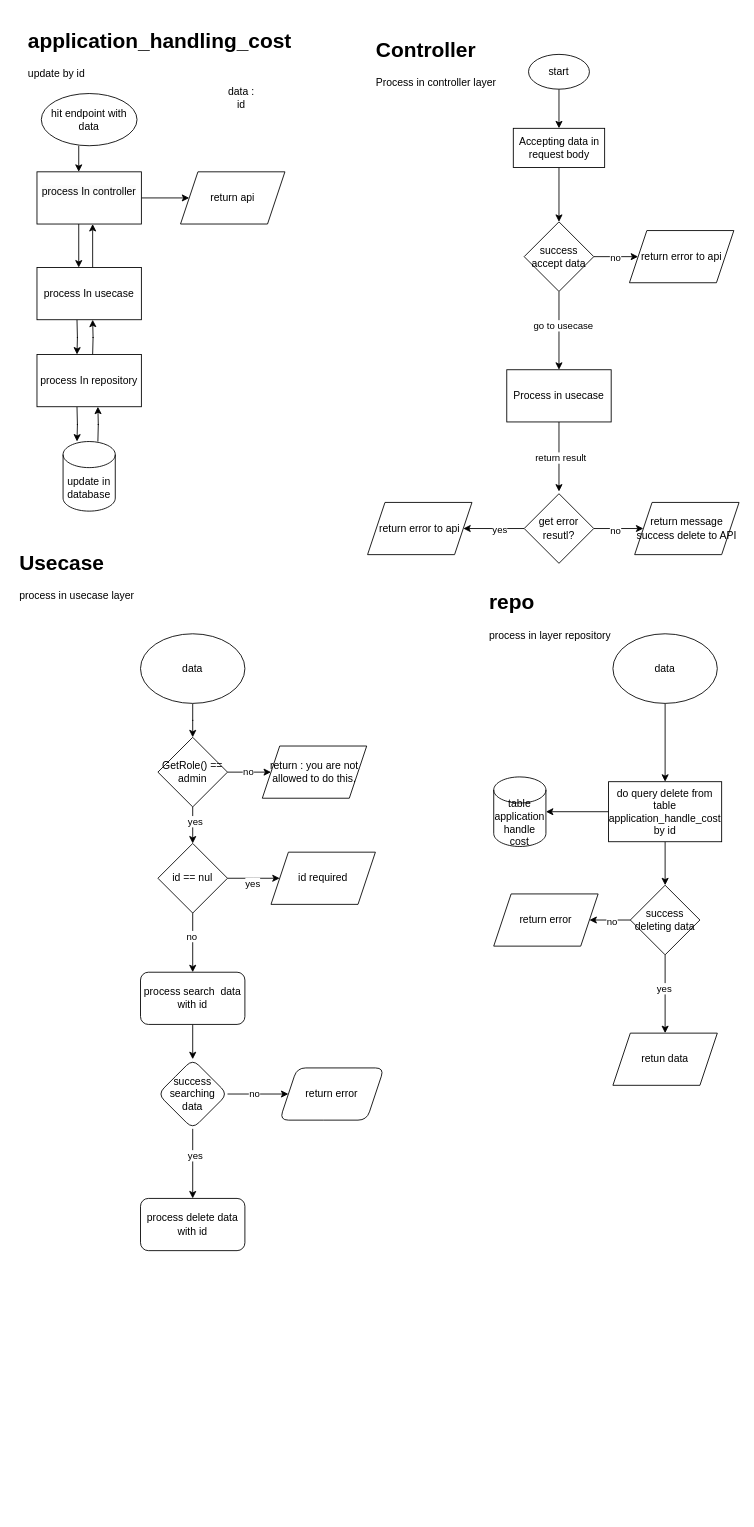
MasEBTa/drawio keeps this draw.io diagram as page "delete by id" (5 of 5) of loan interest.drawio. Above is the earlier version. Source tidied: cells renumbered, new cells numbered last; positions are measured from the earlier drawing's top-left corner, leaving out a move shared by most shapes. Both pictures are drawn from the tidied source at 87%, with x=0, y=0 at pixel (15, 23).
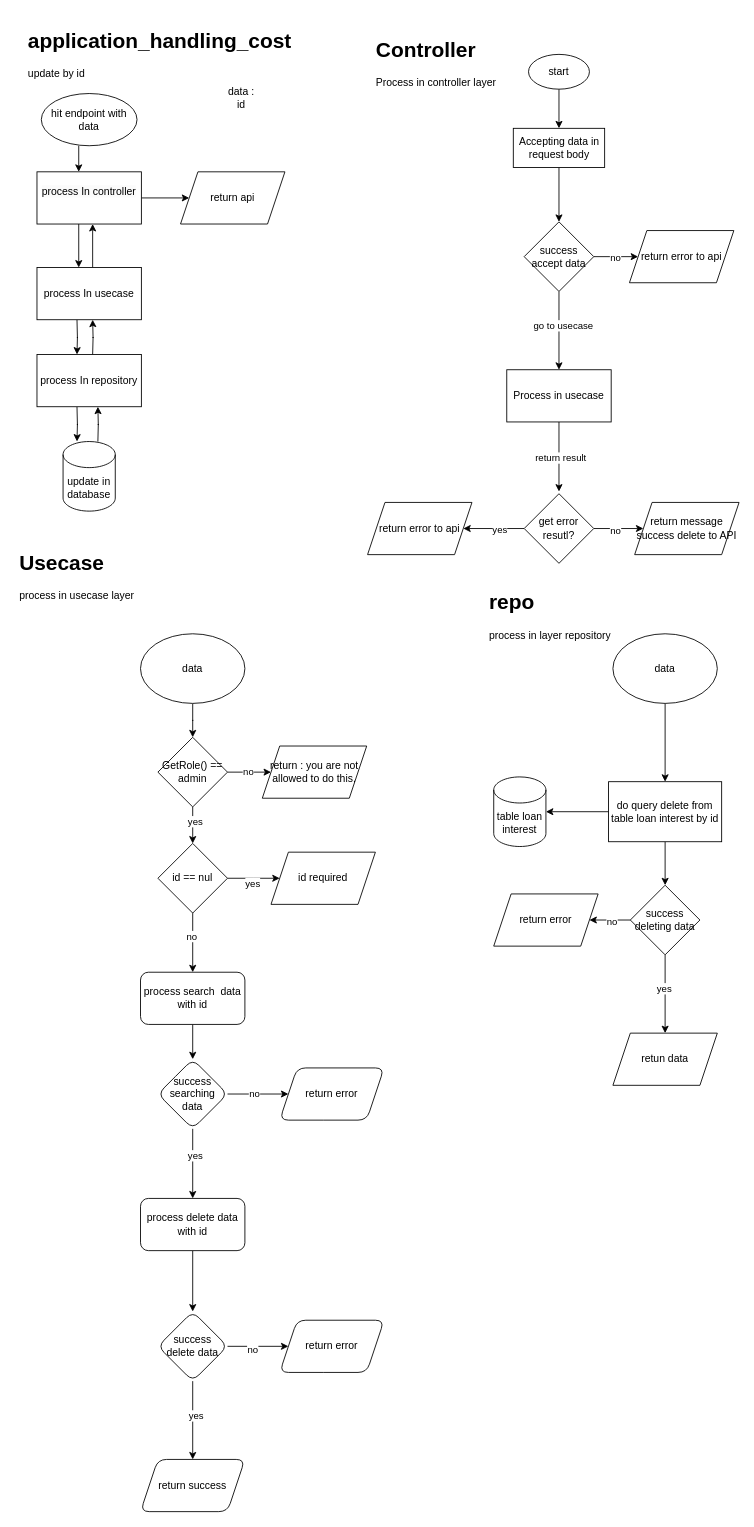
Above is the later version.

The change refers to these unchanged cells:
```xml
<mxCell id="76" value="process delete data with id" style="rounded=1;whiteSpace=wrap;html=1;" parent="1" vertex="1">
  <mxGeometry x="144" y="1350" width="120" height="60" as="geometry" />
</mxCell>
```

What changed in the source:
```diff
@@
-    <mxCell id="67" value="do query delete from table application_handle_cost by id" style="whiteSpace=wrap;html=1;" parent="1" vertex="1">
+    <mxCell id="67" value="do query delete from table loan interest by id" style="whiteSpace=wrap;html=1;" parent="1" vertex="1">
       <mxGeometry x="682" y="871" width="130" height="69" as="geometry" />
     </mxCell>
-    <mxCell id="68" value="table application handle cost" style="shape=cylinder3;whiteSpace=wrap;html=1;boundedLbl=1;backgroundOutline=1;size=15;" parent="1" vertex="1">
+    <mxCell id="68" value="table loan interest" style="shape=cylinder3;whiteSpace=wrap;html=1;boundedLbl=1;backgroundOutline=1;size=15;" parent="1" vertex="1">
       <mxGeometry x="550" y="865.5" width="60" height="80" as="geometry" />
     </mxCell>
@@
+    <mxCell id="77" style="edgeStyle=orthogonalEdgeStyle;rounded=0;jettySize=auto;html=1;" parent="1" edge="1" source="76" target="82">
+      <mxGeometry relative="1" as="geometry" />
+    </mxCell>
@@
+    <mxCell id="78" style="edgeStyle=orthogonalEdgeStyle;rounded=0;jettySize=auto;html=1;" parent="1" edge="1" source="82" target="83">
+      <mxGeometry relative="1" as="geometry" />
+    </mxCell>
+    <mxCell id="79" value="no" style="edgeLabel;html=1;align=center;verticalAlign=middle;" parent="78" vertex="1">
+      <mxGeometry x="-0.2" y="-3" relative="1" as="geometry" />
+    </mxCell>
+    <mxCell id="80" style="edgeStyle=orthogonalEdgeStyle;rounded=0;jettySize=auto;html=1;" parent="1" edge="1" source="82" target="84">
+      <mxGeometry relative="1" as="geometry" />
+    </mxCell>
+    <mxCell id="81" value="yes" style="edgeLabel;html=1;align=center;verticalAlign=middle;" parent="80" vertex="1">
+      <mxGeometry x="-0.13" y="3" relative="1" as="geometry" />
+    </mxCell>
+    <mxCell id="82" value="success delete data" style="rhombus;whiteSpace=wrap;html=1;rounded=1;" parent="1" vertex="1">
+      <mxGeometry x="164" y="1480" width="80" height="80" as="geometry" />
+    </mxCell>
+    <mxCell id="83" value="return error" style="shape=parallelogram;perimeter=parallelogramPerimeter;whiteSpace=wrap;html=1;fixedSize=1;rounded=1;" parent="1" vertex="1">
+      <mxGeometry x="304" y="1490" width="120" height="60" as="geometry" />
+    </mxCell>
+    <mxCell id="84" value="return success" style="shape=parallelogram;perimeter=parallelogramPerimeter;whiteSpace=wrap;html=1;fixedSize=1;rounded=1;" parent="1" vertex="1">
+      <mxGeometry x="144" y="1650" width="120" height="60" as="geometry" />
+    </mxCell>
```
